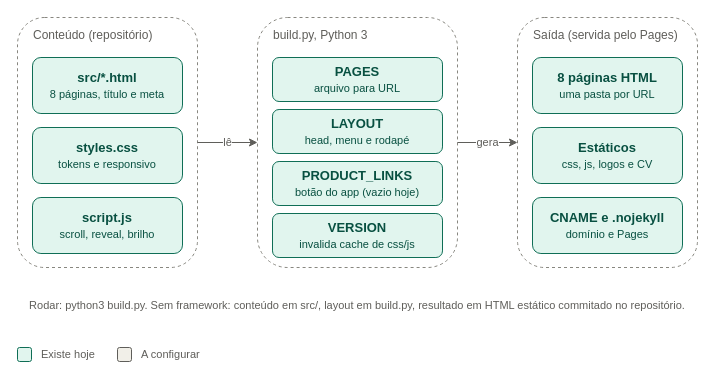
This is docs/gromit-site-dev-arquitetura.drawio from danilofreytas/gromit-innovation, a draw.io file, before an edit. Source tidied: cells renumbered, new cells numbered last; positions are measured from the earlier drawing's top-left corner, leaving out a move shared by most shapes. Both pictures are drawn from the tidied source at 100%, with x=0, y=0 at pixel (17, 17).
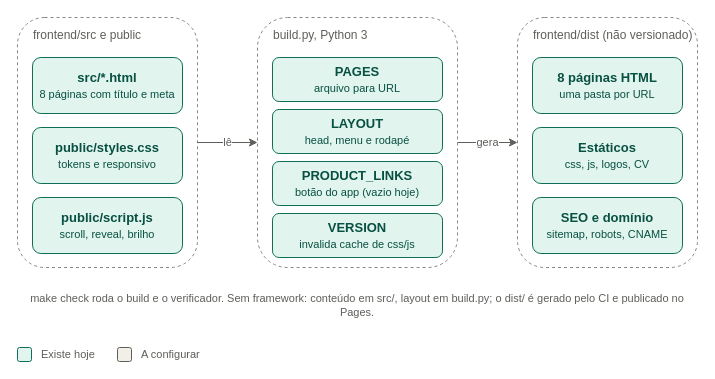
The same page after the edit.

Change to the diagram source:
```diff
@@
-    <mxCell id="2" value="Conteúdo (repositório)" style="rounded=1;whiteSpace=wrap;html=1;dashed=1;fillColor=none;strokeColor=#888780;verticalAlign=top;align=left;spacingLeft=14;spacingTop=4;fontSize=12;fontColor=#5F5E5A;" parent="1" vertex="1">
+    <mxCell id="2" value="frontend/src e public" style="rounded=1;whiteSpace=wrap;html=1;dashed=1;fillColor=none;strokeColor=#888780;verticalAlign=top;align=left;spacingLeft=14;spacingTop=4;fontSize=12;fontColor=#5F5E5A;" parent="1" vertex="1">
       <mxGeometry width="180" height="250" as="geometry" />
     </mxCell>
-    <mxCell id="3" value="&lt;b&gt;src/*.html&lt;/b&gt;&lt;br&gt;&lt;font style=&quot;font-size:11px&quot;&gt;8 páginas, título e meta&lt;/font&gt;" style="rounded=1;whiteSpace=wrap;html=1;fontSize=13;fillColor=#E1F5EE;strokeColor=#0F6E56;fontColor=#085041;" parent="1" vertex="1">
+    <mxCell id="3" value="&lt;b&gt;src/*.html&lt;/b&gt;&lt;br&gt;&lt;font style=&quot;font-size:11px&quot;&gt;8 páginas com título e meta&lt;/font&gt;" style="rounded=1;whiteSpace=wrap;html=1;fontSize=13;fillColor=#E1F5EE;strokeColor=#0F6E56;fontColor=#085041;" parent="1" vertex="1">
       <mxGeometry x="15" y="40" width="150" height="56" as="geometry" />
     </mxCell>
-    <mxCell id="4" value="&lt;b&gt;styles.css&lt;/b&gt;&lt;br&gt;&lt;font style=&quot;font-size:11px&quot;&gt;tokens e responsivo&lt;/font&gt;" style="rounded=1;whiteSpace=wrap;html=1;fontSize=13;fillColor=#E1F5EE;strokeColor=#0F6E56;fontColor=#085041;" parent="1" vertex="1">
+    <mxCell id="4" value="&lt;b&gt;public/styles.css&lt;/b&gt;&lt;br&gt;&lt;font style=&quot;font-size:11px&quot;&gt;tokens e responsivo&lt;/font&gt;" style="rounded=1;whiteSpace=wrap;html=1;fontSize=13;fillColor=#E1F5EE;strokeColor=#0F6E56;fontColor=#085041;" parent="1" vertex="1">
       <mxGeometry x="15" y="110" width="150" height="56" as="geometry" />
     </mxCell>
-    <mxCell id="5" value="&lt;b&gt;script.js&lt;/b&gt;&lt;br&gt;&lt;font style=&quot;font-size:11px&quot;&gt;scroll, reveal, brilho&lt;/font&gt;" style="rounded=1;whiteSpace=wrap;html=1;fontSize=13;fillColor=#E1F5EE;strokeColor=#0F6E56;fontColor=#085041;" parent="1" vertex="1">
+    <mxCell id="5" value="&lt;b&gt;public/script.js&lt;/b&gt;&lt;br&gt;&lt;font style=&quot;font-size:11px&quot;&gt;scroll, reveal, brilho&lt;/font&gt;" style="rounded=1;whiteSpace=wrap;html=1;fontSize=13;fillColor=#E1F5EE;strokeColor=#0F6E56;fontColor=#085041;" parent="1" vertex="1">
       <mxGeometry x="15" y="180" width="150" height="56" as="geometry" />
     </mxCell>
@@
-    <mxCell id="11" value="Saída (servida pelo Pages)" style="rounded=1;whiteSpace=wrap;html=1;dashed=1;fillColor=none;strokeColor=#888780;verticalAlign=top;align=left;spacingLeft=14;spacingTop=4;fontSize=12;fontColor=#5F5E5A;" parent="1" vertex="1">
+    <mxCell id="11" value="frontend/dist (não versionado)" style="rounded=1;whiteSpace=wrap;html=1;dashed=1;fillColor=none;strokeColor=#888780;verticalAlign=top;align=left;spacingLeft=14;spacingTop=4;fontSize=12;fontColor=#5F5E5A;" parent="1" vertex="1">
       <mxGeometry x="500" width="180" height="250" as="geometry" />
     </mxCell>
@@
-    <mxCell id="13" value="&lt;b&gt;Estáticos&lt;/b&gt;&lt;br&gt;&lt;font style=&quot;font-size:11px&quot;&gt;css, js, logos e CV&lt;/font&gt;" style="rounded=1;whiteSpace=wrap;html=1;fontSize=13;fillColor=#E1F5EE;strokeColor=#0F6E56;fontColor=#085041;" parent="1" vertex="1">
+    <mxCell id="13" value="&lt;b&gt;Estáticos&lt;/b&gt;&lt;br&gt;&lt;font style=&quot;font-size:11px&quot;&gt;css, js, logos, CV&lt;/font&gt;" style="rounded=1;whiteSpace=wrap;html=1;fontSize=13;fillColor=#E1F5EE;strokeColor=#0F6E56;fontColor=#085041;" parent="1" vertex="1">
       <mxGeometry x="515" y="110" width="150" height="56" as="geometry" />
     </mxCell>
-    <mxCell id="14" value="&lt;b&gt;CNAME e .nojekyll&lt;/b&gt;&lt;br&gt;&lt;font style=&quot;font-size:11px&quot;&gt;domínio e Pages&lt;/font&gt;" style="rounded=1;whiteSpace=wrap;html=1;fontSize=13;fillColor=#E1F5EE;strokeColor=#0F6E56;fontColor=#085041;" parent="1" vertex="1">
+    <mxCell id="14" value="&lt;b&gt;SEO e domínio&lt;/b&gt;&lt;br&gt;&lt;font style=&quot;font-size:11px&quot;&gt;sitemap, robots, CNAME&lt;/font&gt;" style="rounded=1;whiteSpace=wrap;html=1;fontSize=13;fillColor=#E1F5EE;strokeColor=#0F6E56;fontColor=#085041;" parent="1" vertex="1">
       <mxGeometry x="515" y="180" width="150" height="56" as="geometry" />
     </mxCell>
@@
-    <mxCell id="17" value="Rodar: python3 build.py. Sem framework: conteúdo em src/, layout em build.py, resultado em HTML estático commitado no repositório." style="text;html=1;align=center;verticalAlign=middle;fontSize=11;fontColor=#5F5E5A;whiteSpace=wrap;" parent="1" vertex="1">
+    <mxCell id="17" value="make check roda o build e o verificador. Sem framework: conteúdo em src/, layout em build.py; o dist/ é gerado pelo CI e publicado no Pages." style="text;html=1;align=center;verticalAlign=middle;fontSize=11;fontColor=#5F5E5A;whiteSpace=wrap;" parent="1" vertex="1">
       <mxGeometry y="270" width="680" height="36" as="geometry" />
     </mxCell>
```
